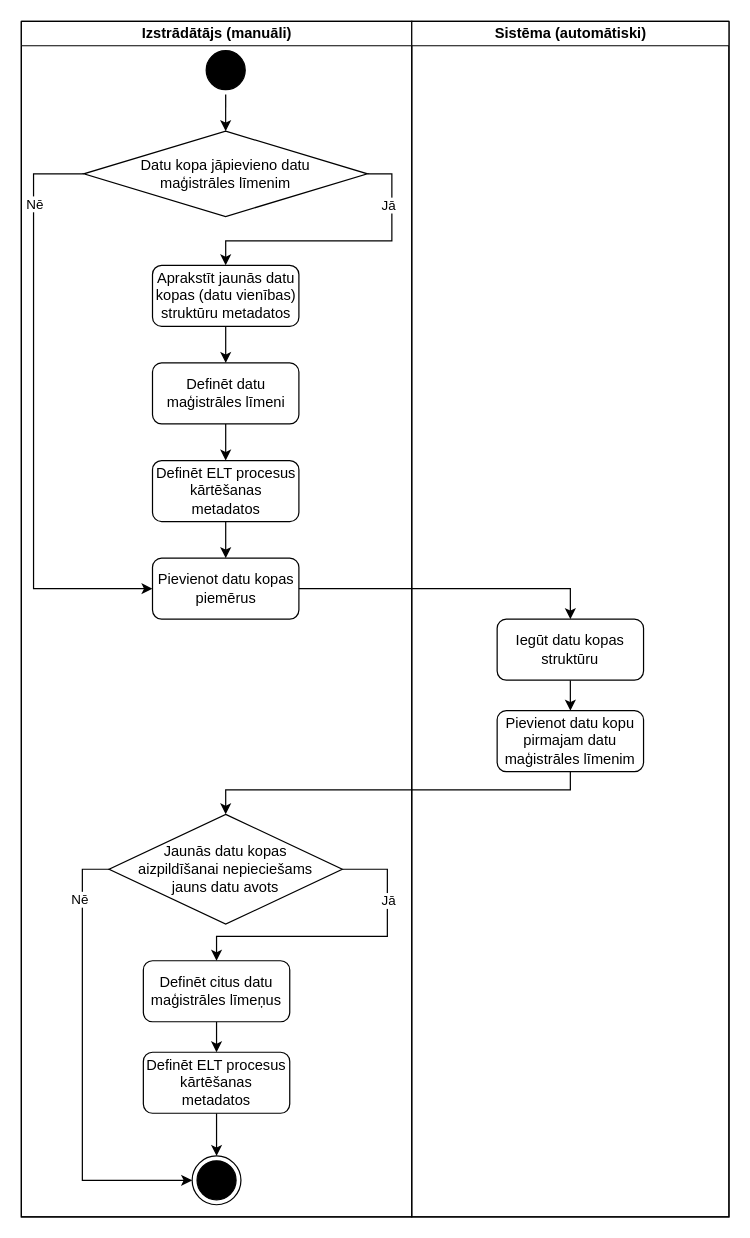
Above: page "dset_addition" (3 of 6) of schema/scenario/dsource_deletion.drawio in lllauma/heterogeneous-data-integration (draw.io), before the change. Source tidied: cells renumbered, new cells numbered last; positions are measured from the earlier drawing's top-left corner, leaving out a move shared by most shapes. Both pictures are drawn from the tidied source at 122%, with x=0, y=0 at pixel (21, 21).
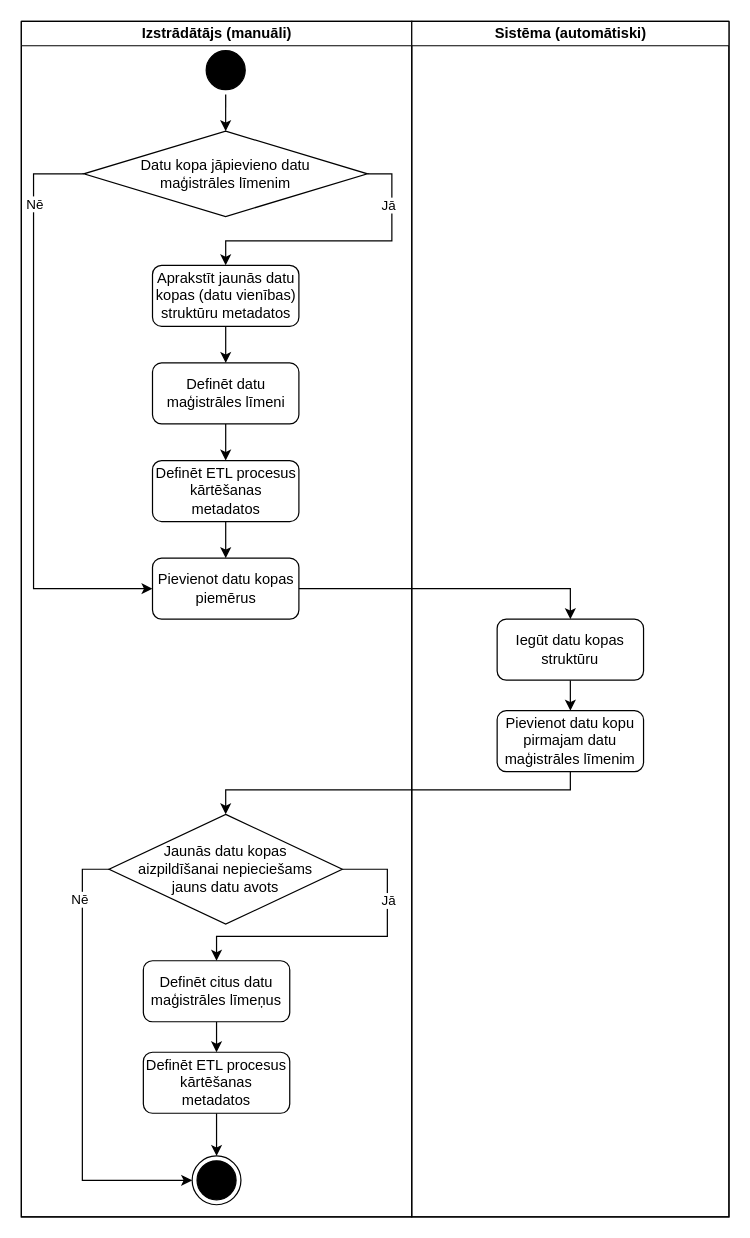
Above is the later version.

Unchanged cells that the change refers to:
```xml
<mxCell id="3" value="Izstrādātājs (manuāli)" style="swimlane;html=1;startSize=20;" parent="2" vertex="1">
  <mxGeometry width="320" height="980" as="geometry" />
</mxCell>
```

Diff of the diagram source:
```diff
@@
-    <mxCell id="13" value="Definēt ELT procesus kārtēšanas metadatos" style="rounded=1;whiteSpace=wrap;html=1;strokeColor=#000000;" parent="3" vertex="1">
+    <mxCell id="13" value="Definēt ETL procesus kārtēšanas metadatos" style="rounded=1;whiteSpace=wrap;html=1;strokeColor=#000000;" parent="3" vertex="1">
       <mxGeometry x="107.5" y="360" width="120" height="50" as="geometry" />
     </mxCell>
@@
-    <mxCell id="21" value="Definēt ELT procesus kārtēšanas metadatos" style="rounded=1;whiteSpace=wrap;html=1;strokeColor=#000000;" parent="3" vertex="1">
+    <mxCell id="21" value="Definēt ETL procesus kārtēšanas metadatos" style="rounded=1;whiteSpace=wrap;html=1;strokeColor=#000000;" parent="3" vertex="1">
       <mxGeometry x="100" y="845" width="120" height="50" as="geometry" />
     </mxCell>
```
